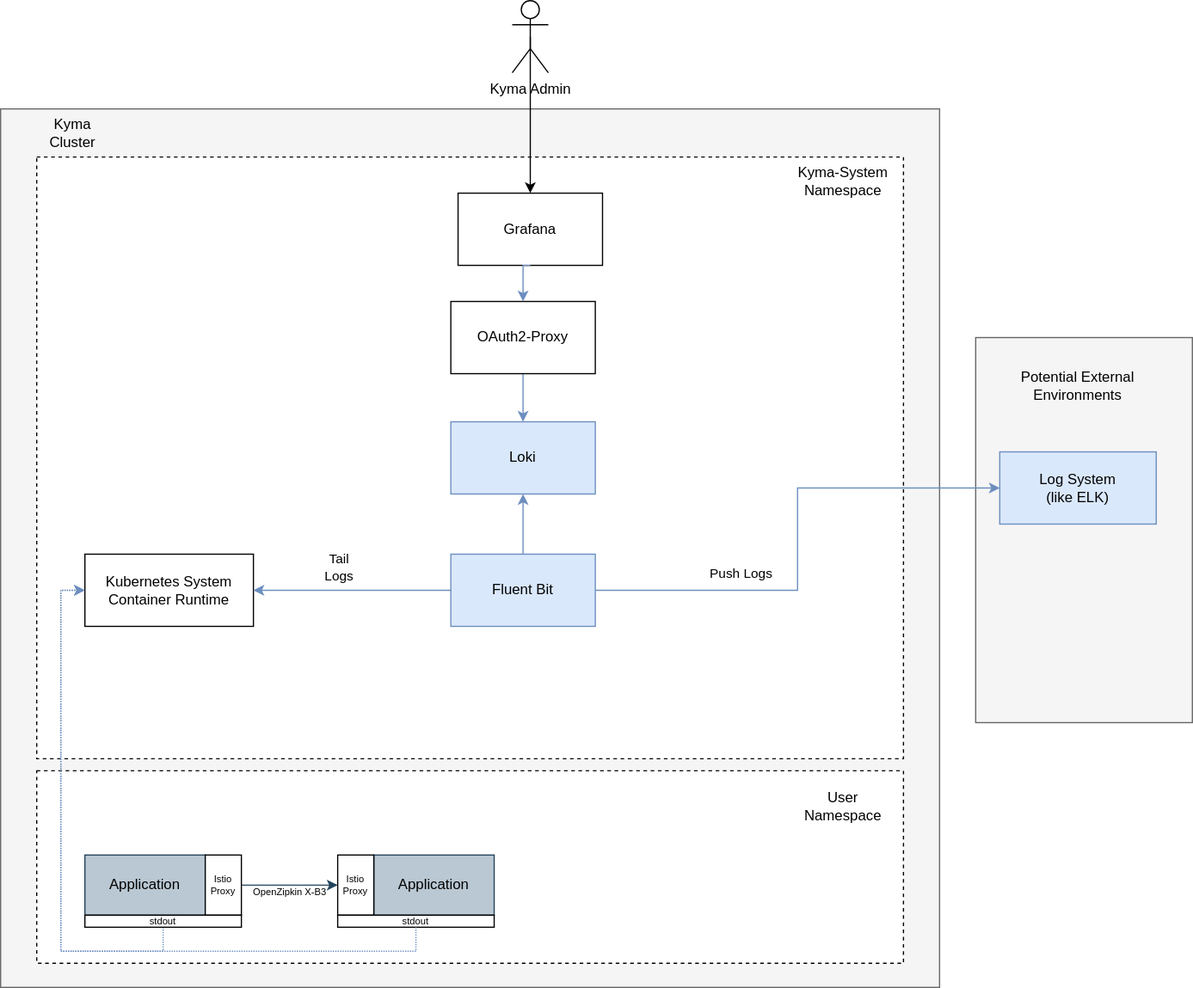
This is concepts/observability-strategy/configurable-logging/assets/logging-current.drawio.svg from kyma-project/community, a draw.io export, as it was before one commit. Source tidied: cells renumbered, new cells last; positions are measured from the earlier drawing's top-left corner, leaving out a move shared by most shapes.
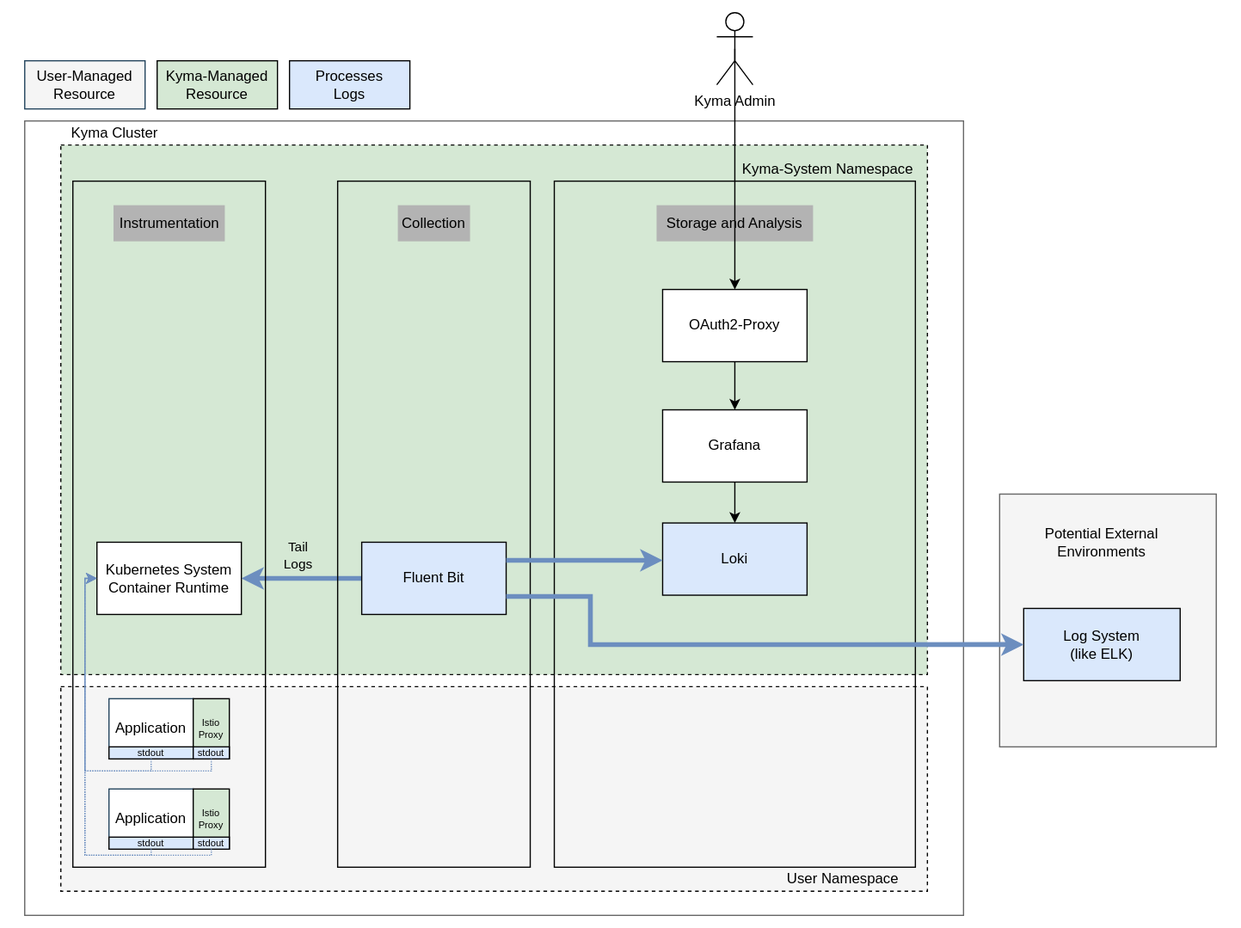
The same diagram one commit later.

Diff of the diagram source:
```diff
@@ -2,34 +2,22 @@
   <root>
     <mxCell id="0" />
     <mxCell id="1" parent="0" />
+    <mxCell id="35" style="rounded=0;whiteSpace=wrap;html=1;fillColor=#FFFFFF;strokeColor=none;" parent="1" vertex="1">
+      <mxGeometry x="-20" y="60" width="1030" height="770" as="geometry" />
+    </mxCell>
     <mxCell id="2" style="rounded=0;whiteSpace=wrap;html=1;fillColor=#f5f5f5;strokeColor=#666666;fontColor=#333333;" parent="1" vertex="1">
-      <mxGeometry x="810" y="280" width="180" height="320" as="geometry" />
+      <mxGeometry x="810" y="470" width="180" height="210" as="geometry" />
     </mxCell>
-    <mxCell id="3" style="rounded=0;whiteSpace=wrap;html=1;fillColor=#f5f5f5;strokeColor=#666666;fontColor=#333333;" parent="1" vertex="1">
-      <mxGeometry y="90" width="780" height="730" as="geometry" />
+    <mxCell id="3" style="rounded=0;whiteSpace=wrap;html=1;fillColor=#FFFFFF;strokeColor=#666666;fontColor=#333333;" parent="1" vertex="1">
+      <mxGeometry y="160" width="780" height="660" as="geometry" />
     </mxCell>
-    <mxCell id="4" style="rounded=0;whiteSpace=wrap;html=1;dashed=1;fillColor=#FFFFFF;strokeColor=#000000;" parent="1" vertex="1">
-      <mxGeometry x="30" y="640" width="720" height="160" as="geometry" />
+    <mxCell id="4" style="rounded=0;whiteSpace=wrap;html=1;dashed=1;fillColor=#F5F5F5;strokeColor=#000000;" parent="1" vertex="1">
+      <mxGeometry x="30" y="630" width="720" height="170" as="geometry" />
     </mxCell>
-    <mxCell id="5" style="rounded=0;whiteSpace=wrap;html=1;dashed=1;fillColor=#FFFFFF;strokeColor=#000000;" parent="1" vertex="1">
-      <mxGeometry x="30" y="130" width="720" height="500" as="geometry" />
+    <mxCell id="5" style="rounded=0;whiteSpace=wrap;html=1;dashed=1;fillColor=#D5E8D4;strokeColor=#000000;" parent="1" vertex="1">
+      <mxGeometry x="30" y="180" width="720" height="440" as="geometry" />
     </mxCell>
-    <mxCell id="6" style="edgeStyle=orthogonalEdgeStyle;rounded=0;jettySize=auto;html=1;exitX=0.5;exitY=1;exitDx=0;exitDy=0;entryX=0;entryY=0.5;entryDx=0;entryDy=0;startArrow=none;startFill=0;dashed=1;fillColor=#dae8fc;strokeColor=#6c8ebf;dashPattern=1 1;" parent="1" edge="1" source="28" target="8">
-      <mxGeometry relative="1" as="geometry">
-        <Array as="points">
-          <mxPoint x="135" y="790" />
-          <mxPoint x="50" y="790" />
-          <mxPoint x="50" y="490" />
-        </Array>
-      </mxGeometry>
-    </mxCell>
-    <mxCell id="7" value="Application" style="rounded=0;whiteSpace=wrap;html=1;fillColor=#bac8d3;strokeColor=#23445d;fontColor=#000000;" parent="1" vertex="1">
-      <mxGeometry x="70" y="710" width="100" height="50" as="geometry" />
-    </mxCell>
-    <mxCell id="8" value="Kubernetes System&lt;br&gt;Container Runtime" style="rounded=0;whiteSpace=wrap;html=1;fillColor=#FFFFFF;strokeColor=#000000;fontColor=#000000;" parent="1" vertex="1">
-      <mxGeometry x="70" y="460" width="140" height="60" as="geometry" />
-    </mxCell>
-    <mxCell id="9" style="edgeStyle=orthogonalEdgeStyle;rounded=0;jettySize=auto;html=1;exitX=0;exitY=0.5;exitDx=0;exitDy=0;entryX=1;entryY=0.5;entryDx=0;entryDy=0;fillColor=#dae8fc;strokeColor=#6c8ebf;" parent="1" edge="1" source="14" target="8">
+    <mxCell id="9" style="edgeStyle=orthogonalEdgeStyle;rounded=0;jettySize=auto;html=1;exitX=0;exitY=0.5;exitDx=0;exitDy=0;entryX=1;entryY=0.5;entryDx=0;entryDy=0;fillColor=#dae8fc;strokeColor=#6c8ebf;strokeWidth=4;" parent="1" edge="1" source="14" target="8">
       <mxGeometry relative="1" as="geometry" />
     </mxCell>
     <mxCell id="10" value="Tail&lt;br&gt;Logs" style="edgeLabel;html=1;align=center;verticalAlign=middle;labelBackgroundColor=none;fontColor=#000000;" parent="9" vertex="1">
@@ -37,94 +25,149 @@
         <mxPoint x="10" y="-17" as="offset" />
       </mxGeometry>
     </mxCell>
-    <mxCell id="11" style="edgeStyle=orthogonalEdgeStyle;rounded=0;jettySize=auto;html=1;exitX=0.5;exitY=0;exitDx=0;exitDy=0;entryX=0.5;entryY=1;entryDx=0;entryDy=0;fillColor=#dae8fc;strokeColor=#6c8ebf;" parent="1" edge="1" source="14" target="19">
-      <mxGeometry relative="1" as="geometry">
-        <Array as="points">
-          <mxPoint x="434" y="410" />
-          <mxPoint x="434" y="410" />
-        </Array>
-      </mxGeometry>
-    </mxCell>
-    <mxCell id="12" style="edgeStyle=orthogonalEdgeStyle;rounded=0;jettySize=auto;html=1;exitX=1;exitY=0.5;exitDx=0;exitDy=0;fontSize=12;fontColor=#000000;entryX=0;entryY=0.5;entryDx=0;entryDy=0;fillColor=#dae8fc;strokeColor=#6c8ebf;" parent="1" edge="1" source="14" target="20">
-      <mxGeometry relative="1" as="geometry" />
-    </mxCell>
-    <mxCell id="13" value="Push Logs" style="edgeLabel;html=1;align=center;verticalAlign=middle;labelBackgroundColor=none;fontColor=#000000;" parent="12" vertex="1">
-      <mxGeometry x="-0.43" y="1" relative="1" as="geometry">
-        <mxPoint y="-14" as="offset" />
-      </mxGeometry>
-    </mxCell>
-    <mxCell id="14" value="Fluent Bit" style="rounded=0;whiteSpace=wrap;html=1;fillColor=#dae8fc;strokeColor=#6c8ebf;fontColor=#000000;" parent="1" vertex="1">
-      <mxGeometry x="374" y="460" width="120" height="60" as="geometry" />
-    </mxCell>
     <mxCell id="15" value="Kyma Cluster" style="text;html=1;strokeColor=none;fillColor=none;align=center;verticalAlign=middle;whiteSpace=wrap;rounded=0;fontColor=#000000;" parent="1" vertex="1">
-      <mxGeometry x="40" y="100" width="40" height="20" as="geometry" />
+      <mxGeometry x="30" y="160" width="90" height="20" as="geometry" />
     </mxCell>
     <mxCell id="16" value="Kyma-System Namespace" style="text;html=1;strokeColor=none;fillColor=none;align=center;verticalAlign=middle;whiteSpace=wrap;rounded=0;fontColor=#000000;" parent="1" vertex="1">
-      <mxGeometry x="655" y="140" width="90" height="20" as="geometry" />
+      <mxGeometry x="590" y="190" width="155" height="20" as="geometry" />
     </mxCell>
     <mxCell id="17" value="User Namespace" style="text;html=1;strokeColor=none;fillColor=none;align=center;verticalAlign=middle;whiteSpace=wrap;rounded=0;fontColor=#000000;" parent="1" vertex="1">
-      <mxGeometry x="680" y="660" width="40" height="20" as="geometry" />
+      <mxGeometry x="615" y="780" width="130" height="20" as="geometry" />
     </mxCell>
     <mxCell id="18" value="Potential External Environments" style="text;html=1;strokeColor=none;fillColor=none;align=center;verticalAlign=middle;whiteSpace=wrap;rounded=0;fontColor=#000000;" parent="1" vertex="1">
-      <mxGeometry x="830" y="310" width="130" height="20" as="geometry" />
+      <mxGeometry x="830" y="500" width="130" height="20" as="geometry" />
     </mxCell>
+    <mxCell id="20" value="Log System&lt;br&gt;(like ELK)" style="rounded=0;whiteSpace=wrap;html=1;fillColor=#dae8fc;strokeColor=#000000;fontColor=#000000;" parent="1" vertex="1">
+      <mxGeometry x="830" y="565" width="130" height="60" as="geometry" />
+    </mxCell>
+    <mxCell id="36" value="User-Managed Resource" style="rounded=0;whiteSpace=wrap;html=1;fillColor=#F5F5F5;strokeColor=#23445d;" parent="1" vertex="1">
+      <mxGeometry y="110" width="100" height="40" as="geometry" />
+    </mxCell>
+    <mxCell id="37" value="Kyma-Managed Resource" style="rounded=0;whiteSpace=wrap;html=1;fillColor=#d5e8d4;strokeColor=#000000;fontColor=#000000;" parent="1" vertex="1">
+      <mxGeometry x="110" y="110" width="100" height="40" as="geometry" />
+    </mxCell>
+    <mxCell id="38" value="Processes&lt;br&gt;Logs" style="rounded=0;whiteSpace=wrap;html=1;fillColor=#DAE8FC;strokeColor=#000000;fontColor=#000000;" parent="1" vertex="1">
+      <mxGeometry x="220" y="110" width="100" height="40" as="geometry" />
+    </mxCell>
+    <mxCell id="39" style="html=1;fillColor=none;" parent="1" vertex="1">
+      <mxGeometry x="40" y="210" width="160" height="570" as="geometry" />
+    </mxCell>
+    <mxCell id="40" value="Instrumentation" style="text;html=1;strokeColor=none;fillColor=#B3B3B3;align=center;verticalAlign=middle;whiteSpace=wrap;rounded=0;" parent="1" vertex="1">
+      <mxGeometry x="73.8" y="230" width="92.5" height="30" as="geometry" />
+    </mxCell>
+    <mxCell id="41" style="html=1;fillColor=none;" parent="1" vertex="1">
+      <mxGeometry x="260" y="210" width="160" height="570" as="geometry" />
+    </mxCell>
+    <mxCell id="42" value="Collection" style="text;html=1;strokeColor=none;fillColor=#B3B3B3;align=center;verticalAlign=middle;whiteSpace=wrap;rounded=0;" parent="1" vertex="1">
+      <mxGeometry x="310" y="230" width="60" height="30" as="geometry" />
+    </mxCell>
+    <mxCell id="43" style="html=1;fillColor=none;" parent="1" vertex="1">
+      <mxGeometry x="440" y="210" width="300" height="570" as="geometry" />
+    </mxCell>
+    <mxCell id="44" value="&lt;span&gt;Storage and Analysis&lt;/span&gt;" style="text;html=1;strokeColor=none;fillColor=#B3B3B3;align=center;verticalAlign=middle;whiteSpace=wrap;rounded=0;" parent="1" vertex="1">
+      <mxGeometry x="525" y="230" width="130" height="30" as="geometry" />
+    </mxCell>
+    <mxCell id="14" value="Fluent Bit" style="rounded=0;whiteSpace=wrap;html=1;fillColor=#dae8fc;strokeColor=#000000;fontColor=#000000;" parent="1" vertex="1">
+      <mxGeometry x="280" y="510" width="120" height="60" as="geometry" />
+    </mxCell>
-    <mxCell id="19" value="Loki" style="rounded=0;whiteSpace=wrap;html=1;fillColor=#dae8fc;strokeColor=#6c8ebf;fontColor=#000000;" parent="1" vertex="1">
-      <mxGeometry x="374" y="350" width="120" height="60" as="geometry" />
+    <mxCell id="19" value="Loki" style="rounded=0;whiteSpace=wrap;html=1;fillColor=#dae8fc;strokeColor=#000000;fontColor=#000000;" parent="1" vertex="1">
+      <mxGeometry x="530" y="494" width="120" height="60" as="geometry" />
     </mxCell>
-    <mxCell id="20" value="Log System&lt;br&gt;(like ELK)" style="rounded=0;whiteSpace=wrap;html=1;fillColor=#dae8fc;strokeColor=#6c8ebf;fontColor=#000000;" parent="1" vertex="1">
-      <mxGeometry x="830" y="375" width="130" height="60" as="geometry" />
-    </mxCell>
-    <mxCell id="21" style="edgeStyle=orthogonalEdgeStyle;rounded=0;jettySize=auto;html=1;exitX=0.5;exitY=1;exitDx=0;exitDy=0;entryX=0.5;entryY=0;entryDx=0;entryDy=0;fillColor=#dae8fc;strokeColor=#6c8ebf;" parent="1" edge="1" source="33" target="19">
-      <mxGeometry relative="1" as="geometry" />
-    </mxCell>
+    <mxCell id="45" style="edgeStyle=none;html=1;" parent="1" edge="1" source="22" target="19">
+      <mxGeometry relative="1" as="geometry" />
+    </mxCell>
     <mxCell id="22" value="Grafana" style="rounded=0;whiteSpace=wrap;html=1;fillColor=#FFFFFF;strokeColor=#000000;fontColor=#000000;" parent="1" vertex="1">
-      <mxGeometry x="380" y="160" width="120" height="60" as="geometry" />
+      <mxGeometry x="530" y="400" width="120" height="60" as="geometry" />
     </mxCell>
-    <mxCell id="23" style="edgeStyle=orthogonalEdgeStyle;rounded=0;jettySize=auto;html=1;exitX=0.5;exitY=0.5;exitDx=0;exitDy=0;exitPerimeter=0;entryX=0.5;entryY=0;entryDx=0;entryDy=0;fontColor=#000000;strokeColor=#000000;" parent="1" edge="1" source="24" target="22">
+    <mxCell id="23" style="edgeStyle=orthogonalEdgeStyle;rounded=0;jettySize=auto;html=1;exitX=0.5;exitY=0.5;exitDx=0;exitDy=0;exitPerimeter=0;entryX=0.5;entryY=0;entryDx=0;entryDy=0;fontColor=#000000;strokeColor=#000000;" parent="1" edge="1" source="24" target="33">
       <mxGeometry relative="1" as="geometry" />
     </mxCell>
     <mxCell id="24" value="Kyma Admin" style="shape=umlActor;verticalLabelPosition=bottom;verticalAlign=top;html=1;outlineConnect=0;strokeColor=#000000;fontColor=#000000;fillColor=#FFFFFF;" parent="1" vertex="1">
-      <mxGeometry x="425" width="30" height="60" as="geometry" />
+      <mxGeometry x="575" y="70" width="30" height="60" as="geometry" />
     </mxCell>
-    <mxCell id="25" style="edgeStyle=orthogonalEdgeStyle;rounded=0;jettySize=auto;html=1;exitX=1;exitY=0.5;exitDx=0;exitDy=0;entryX=0;entryY=0.5;entryDx=0;entryDy=0;fillColor=#bac8d3;strokeColor=#23445d;" parent="1" edge="1" source="27">
-      <mxGeometry relative="1" as="geometry">
-        <mxPoint x="280" y="735" as="targetPoint" />
-      </mxGeometry>
-    </mxCell>
-    <mxCell id="26" value="OpenZipkin X-B3" style="edgeLabel;html=1;align=center;verticalAlign=middle;fontSize=8;labelBackgroundColor=none;fontColor=#000000;" parent="25" vertex="1">
-      <mxGeometry x="-0.42" relative="1" as="geometry">
-        <mxPoint x="16.7" y="5" as="offset" />
-      </mxGeometry>
-    </mxCell>
-    <mxCell id="27" value="Istio&lt;br style=&quot;font-size: 8px;&quot;&gt;Proxy" style="rounded=0;whiteSpace=wrap;html=1;fontSize=8;fillColor=#FFFFFF;strokeColor=#000000;fontColor=#000000;" parent="1" vertex="1">
-      <mxGeometry x="170" y="710" width="30" height="50" as="geometry" />
-    </mxCell>
-    <mxCell id="28" value="stdout" style="rounded=0;whiteSpace=wrap;html=1;fontSize=8;fillColor=#FFFFFF;strokeColor=#000000;fontColor=#000000;" parent="1" vertex="1">
-      <mxGeometry x="70" y="760" width="130" height="10" as="geometry" />
-    </mxCell>
-    <mxCell id="29" value="Application" style="rounded=0;whiteSpace=wrap;html=1;fillColor=#bac8d3;strokeColor=#23445d;fontColor=#000000;" parent="1" vertex="1">
-      <mxGeometry x="310" y="710" width="100" height="50" as="geometry" />
-    </mxCell>
-    <mxCell id="30" value="Istio&lt;br style=&quot;font-size: 8px;&quot;&gt;Proxy" style="rounded=0;whiteSpace=wrap;html=1;fontSize=8;fillColor=#FFFFFF;strokeColor=#000000;fontColor=#000000;" parent="1" vertex="1">
-      <mxGeometry x="280" y="710" width="30" height="50" as="geometry" />
-    </mxCell>
-    <mxCell id="31" value="stdout" style="rounded=0;whiteSpace=wrap;html=1;fontSize=8;fillColor=#FFFFFF;strokeColor=#000000;fontColor=#000000;" parent="1" vertex="1">
-      <mxGeometry x="280" y="760" width="130" height="10" as="geometry" />
-    </mxCell>
+    <mxCell id="46" style="edgeStyle=none;html=1;" parent="1" edge="1" source="33" target="22">
+      <mxGeometry relative="1" as="geometry" />
+    </mxCell>
+    <mxCell id="33" value="OAuth2-Proxy" style="rounded=0;whiteSpace=wrap;html=1;" parent="1" vertex="1">
+      <mxGeometry x="530" y="300" width="120" height="60" as="geometry" />
+    </mxCell>
+    <mxCell id="47" value="Application" style="rounded=0;whiteSpace=wrap;html=1;fillColor=#FFFFFF;strokeColor=#23445d;fontColor=#000000;" parent="1" vertex="1">
+      <mxGeometry x="70" y="640" width="70" height="50" as="geometry" />
+    </mxCell>
+    <mxCell id="48" value="Istio&lt;br style=&quot;font-size: 8px;&quot;&gt;Proxy" style="rounded=0;whiteSpace=wrap;html=1;fontSize=8;fillColor=#D5E8D4;strokeColor=#000000;fontColor=#000000;" parent="1" vertex="1">
+      <mxGeometry x="140" y="640" width="30" height="50" as="geometry" />
+    </mxCell>
+    <mxCell id="49" value="Application" style="rounded=0;whiteSpace=wrap;html=1;fillColor=#FFFFFF;strokeColor=#23445d;fontColor=#000000;" parent="1" vertex="1">
+      <mxGeometry x="70" y="715" width="70" height="50" as="geometry" />
+    </mxCell>
+    <mxCell id="50" value="Istio&lt;br style=&quot;font-size: 8px;&quot;&gt;Proxy" style="rounded=0;whiteSpace=wrap;html=1;fontSize=8;fillColor=#D5E8D4;strokeColor=#000000;fontColor=#000000;" parent="1" vertex="1">
+      <mxGeometry x="140" y="715" width="30" height="50" as="geometry" />
+    </mxCell>
+    <mxCell id="51" value="stdout" style="rounded=0;whiteSpace=wrap;html=1;fontSize=8;fillColor=#DAE8FC;strokeColor=#000000;" parent="1" vertex="1">
+      <mxGeometry x="70" y="680" width="70" height="10" as="geometry" />
+    </mxCell>
+    <mxCell id="52" value="stdout" style="rounded=0;whiteSpace=wrap;html=1;fontSize=8;fillColor=#DAE8FC;strokeColor=#000000;" parent="1" vertex="1">
+      <mxGeometry x="70" y="755" width="70" height="10" as="geometry" />
+    </mxCell>
+    <mxCell id="53" value="stdout" style="rounded=0;whiteSpace=wrap;html=1;fontSize=8;fillColor=#DAE8FC;strokeColor=#000000;" parent="1" vertex="1">
+      <mxGeometry x="140" y="680" width="30" height="10" as="geometry" />
+    </mxCell>
+    <mxCell id="54" value="stdout" style="rounded=0;whiteSpace=wrap;html=1;fontSize=8;fillColor=#DAE8FC;strokeColor=#000000;" parent="1" vertex="1">
+      <mxGeometry x="140" y="755" width="30" height="10" as="geometry" />
+    </mxCell>
+    <mxCell id="6" style="edgeStyle=orthogonalEdgeStyle;rounded=0;jettySize=auto;html=1;exitX=0.5;exitY=1;exitDx=0;exitDy=0;entryX=0;entryY=0.5;entryDx=0;entryDy=0;startArrow=none;startFill=0;dashed=1;fillColor=#dae8fc;strokeColor=#6c8ebf;dashPattern=1 1;" parent="1" edge="1" source="52" target="8">
+      <mxGeometry relative="1" as="geometry">
+        <Array as="points">
+          <mxPoint x="105" y="770" />
+          <mxPoint x="50" y="770" />
+          <mxPoint x="50" y="540" />
+        </Array>
+      </mxGeometry>
+    </mxCell>
-    <mxCell id="32" style="edgeStyle=orthogonalEdgeStyle;rounded=0;jettySize=auto;html=1;exitX=0.5;exitY=1;exitDx=0;exitDy=0;entryX=0;entryY=0.5;entryDx=0;entryDy=0;startArrow=none;startFill=0;dashed=1;fillColor=#dae8fc;strokeColor=#6c8ebf;dashPattern=1 1;" parent="1" edge="1" source="31" target="8">
+    <mxCell id="32" style="edgeStyle=orthogonalEdgeStyle;rounded=0;jettySize=auto;html=1;exitX=0.5;exitY=1;exitDx=0;exitDy=0;entryX=0;entryY=0.5;entryDx=0;entryDy=0;startArrow=none;startFill=0;dashed=1;fillColor=#dae8fc;strokeColor=#6c8ebf;dashPattern=1 1;" parent="1" edge="1" source="54" target="8">
       <mxGeometry relative="1" as="geometry">
         <Array as="points">
-          <mxPoint x="345" y="790" />
-          <mxPoint x="50" y="790" />
-          <mxPoint x="50" y="490" />
+          <mxPoint x="155" y="770" />
+          <mxPoint x="50" y="770" />
+          <mxPoint x="50" y="540" />
         </Array>
       </mxGeometry>
     </mxCell>
-    <mxCell id="33" value="OAuth2-Proxy" style="rounded=0;whiteSpace=wrap;html=1;" parent="1" vertex="1">
-      <mxGeometry x="374" y="250" width="120" height="60" as="geometry" />
-    </mxCell>
-    <mxCell id="34" style="edgeStyle=orthogonalEdgeStyle;rounded=0;jettySize=auto;html=1;exitX=0.5;exitY=1;exitDx=0;exitDy=0;fillColor=#dae8fc;strokeColor=#6c8ebf;entryX=0.5;entryY=0;entryDx=0;entryDy=0;" parent="1" edge="1" source="22" target="33">
-      <mxGeometry relative="1" as="geometry" />
-    </mxCell>
+    <mxCell id="55" style="edgeStyle=orthogonalEdgeStyle;rounded=0;jettySize=auto;html=1;exitX=0.5;exitY=1;exitDx=0;exitDy=0;startArrow=none;startFill=0;dashed=1;fillColor=#dae8fc;strokeColor=#6c8ebf;dashPattern=1 1;entryX=0;entryY=0.5;entryDx=0;entryDy=0;" parent="1" edge="1" source="53" target="8">
+      <mxGeometry relative="1" as="geometry">
+        <Array as="points">
+          <mxPoint x="155" y="700" />
+          <mxPoint x="50" y="700" />
+          <mxPoint x="50" y="540" />
+        </Array>
+      </mxGeometry>
+    </mxCell>
+    <mxCell id="8" value="Kubernetes System&lt;br&gt;Container Runtime" style="rounded=0;whiteSpace=wrap;html=1;fillColor=#FFFFFF;strokeColor=#000000;fontColor=#000000;" parent="1" vertex="1">
+      <mxGeometry x="60" y="510" width="120" height="60" as="geometry" />
+    </mxCell>
+    <mxCell id="56" style="edgeStyle=orthogonalEdgeStyle;rounded=0;jettySize=auto;html=1;exitX=0.5;exitY=1;exitDx=0;exitDy=0;startArrow=none;startFill=0;dashed=1;fillColor=#dae8fc;strokeColor=#6c8ebf;dashPattern=1 1;entryX=0;entryY=0.5;entryDx=0;entryDy=0;" parent="1" edge="1" source="51" target="8">
+      <mxGeometry relative="1" as="geometry">
+        <Array as="points">
+          <mxPoint x="105" y="700" />
+          <mxPoint x="50" y="700" />
+          <mxPoint x="50" y="540" />
+        </Array>
+      </mxGeometry>
+    </mxCell>
+    <mxCell id="12" style="edgeStyle=orthogonalEdgeStyle;rounded=0;jettySize=auto;html=1;exitX=1;exitY=0.75;exitDx=0;exitDy=0;fontSize=12;fontColor=#000000;entryX=0;entryY=0.5;entryDx=0;entryDy=0;fillColor=#dae8fc;strokeColor=#6c8ebf;strokeWidth=4;" parent="1" edge="1" source="14" target="20">
+      <mxGeometry relative="1" as="geometry">
+        <Array as="points">
+          <mxPoint x="470" y="555" />
+          <mxPoint x="470" y="595" />
+        </Array>
+      </mxGeometry>
+    </mxCell>
+    <mxCell id="11" style="edgeStyle=orthogonalEdgeStyle;rounded=0;jettySize=auto;html=1;exitX=1;exitY=0.25;exitDx=0;exitDy=0;entryX=0;entryY=0.5;entryDx=0;entryDy=0;fillColor=#dae8fc;strokeColor=#6c8ebf;strokeWidth=4;" parent="1" edge="1" source="14" target="19">
+      <mxGeometry relative="1" as="geometry">
+        <Array as="points">
+          <mxPoint x="530" y="525" />
+        </Array>
+      </mxGeometry>
+    </mxCell>
   </root>
 </mxGraphModel>
```
